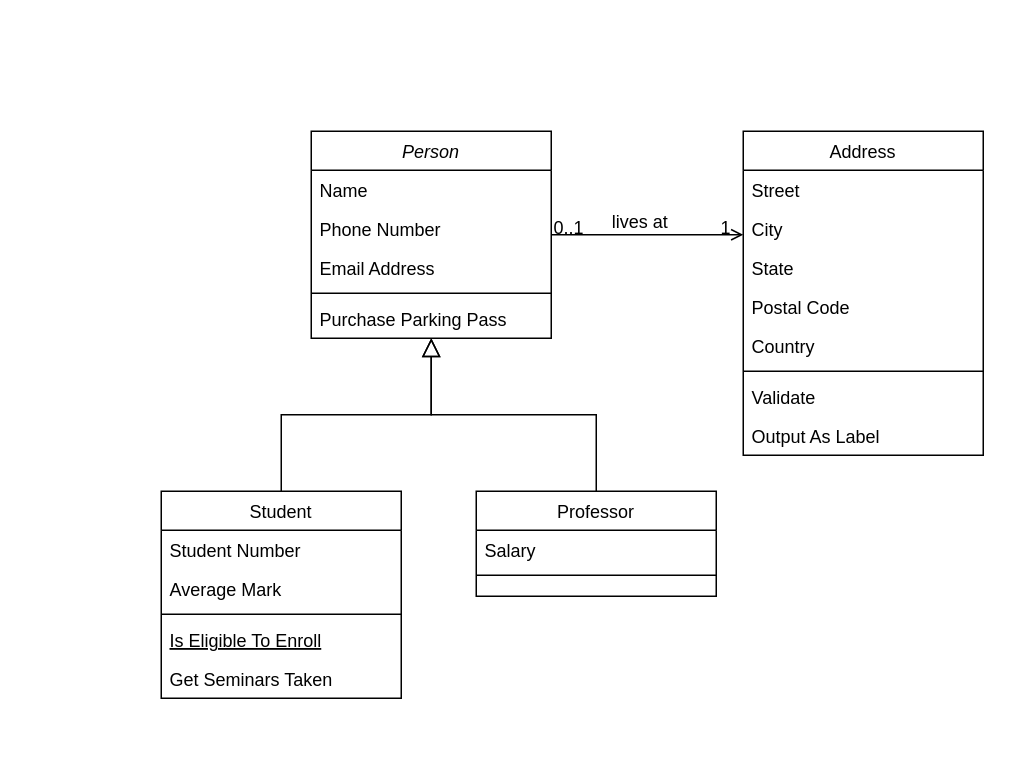
Above: drawio_files/test lucas 13.drawio in lucasdreger/diagrams (draw.io), before the change. Source tidied: cells renumbered, new cells numbered last; positions are measured from the earlier drawing's top-left corner, leaving out a move shared by most shapes. Both pictures are drawn from the tidied source at 150%, with x=0, y=0 at pixel (160, 130).
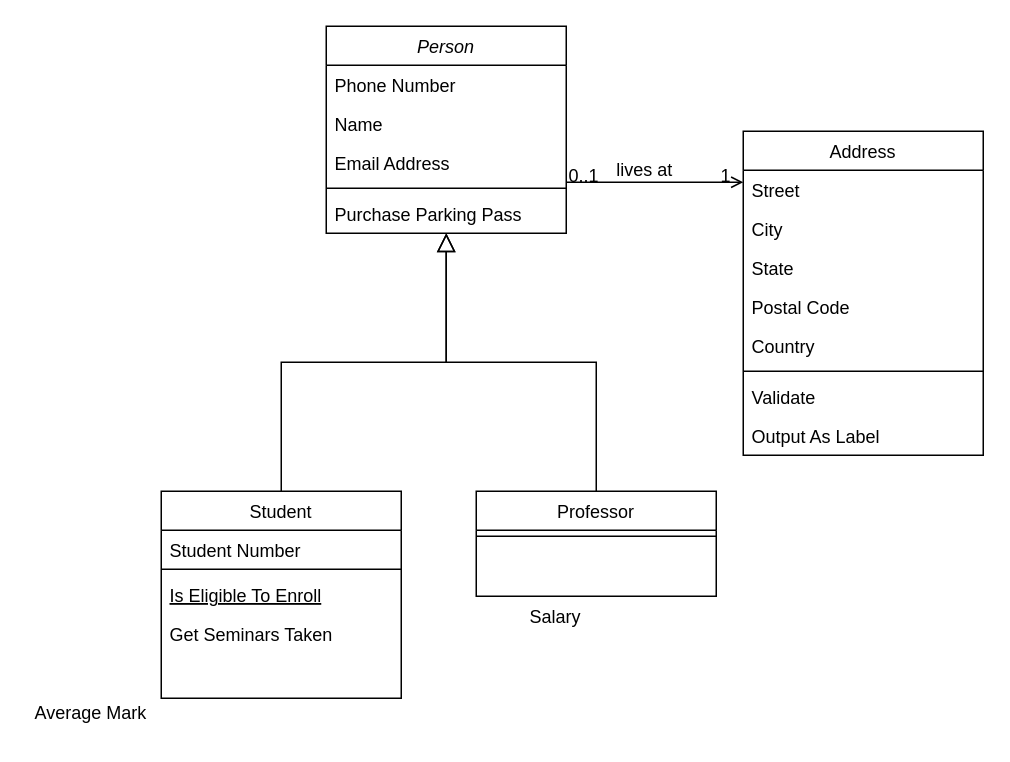
After the change.

The change refers to these unchanged cells:
```xml
<mxCell id="8" value="Student" style="swimlane;fontStyle=0;align=center;verticalAlign=top;horizontal=1;startSize=26;rounded=0;shadow=0;strokeWidth=1;" parent="1" vertex="1">
  <mxGeometry y="240" width="160" height="138" as="geometry" />
</mxCell>
<mxCell id="15" value="Professor" style="swimlane;fontStyle=0;align=center;verticalAlign=top;horizontal=1;startSize=26;rounded=0;shadow=0;strokeWidth=1;" parent="1" vertex="1">
  <mxGeometry x="210" y="240" width="160" height="70" as="geometry" />
</mxCell>
```

Change to the diagram source:
```diff
@@
     <mxCell id="2" value="Person" style="swimlane;fontStyle=2;align=center;verticalAlign=top;horizontal=1;startSize=26;rounded=0;shadow=0;strokeWidth=1;" parent="1" vertex="1">
-      <mxGeometry x="100" width="160" height="138" as="geometry" />
+      <mxGeometry x="110" y="-70" width="160" height="138" as="geometry" />
     </mxCell>
+    <mxCell id="4" value="Phone Number" style="text;align=left;verticalAlign=top;spacingLeft=4;spacingRight=4;overflow=hidden;rounded=0;shadow=0;html=0;" parent="2" vertex="1">
+      <mxGeometry y="26" width="160" height="26" as="geometry" />
+    </mxCell>
     <mxCell id="3" value="Name" style="text;align=left;verticalAlign=top;spacingLeft=4;spacingRight=4;overflow=hidden;" parent="2" vertex="1">
-      <mxGeometry y="26" width="160" height="26" as="geometry" />
+      <mxGeometry y="52" width="160" height="26" as="geometry" />
     </mxCell>
-    <mxCell id="4" value="Phone Number" style="text;align=left;verticalAlign=top;spacingLeft=4;spacingRight=4;overflow=hidden;rounded=0;shadow=0;html=0;" parent="2" vertex="1">
-      <mxGeometry y="52" width="160" height="26" as="geometry" />
-    </mxCell>
@@
     <mxCell id="9" value="Student Number" style="text;align=left;verticalAlign=top;spacingLeft=4;spacingRight=4;overflow=hidden;" parent="8" vertex="1">
-      <mxGeometry y="26" width="160" height="26" as="geometry" />
+      <mxGeometry y="26" width="160" height="22" as="geometry" />
     </mxCell>
-    <mxCell id="10" value="Average Mark" style="text;align=left;verticalAlign=top;spacingLeft=4;spacingRight=4;overflow=hidden;rounded=0;shadow=0;html=0;" parent="8" vertex="1">
-      <mxGeometry y="52" width="160" height="26" as="geometry" />
-    </mxCell>
     <mxCell id="11" style="line;html=1;strokeWidth=1;align=left;verticalAlign=middle;spacingTop=-1;spacingLeft=3;spacingRight=3;labelPosition=right;" parent="8" vertex="1">
-      <mxGeometry y="78" width="160" height="8" as="geometry" />
+      <mxGeometry y="48" width="160" height="8" as="geometry" />
     </mxCell>
     <mxCell id="12" value="Is Eligible To Enroll" style="text;align=left;verticalAlign=top;spacingLeft=4;spacingRight=4;overflow=hidden;fontStyle=4;" parent="8" vertex="1">
-      <mxGeometry y="86" width="160" height="26" as="geometry" />
+      <mxGeometry y="56" width="160" height="26" as="geometry" />
     </mxCell>
     <mxCell id="13" value="Get Seminars Taken" style="text;align=left;verticalAlign=top;spacingLeft=4;spacingRight=4;overflow=hidden;" parent="8" vertex="1">
-      <mxGeometry y="112" width="160" height="26" as="geometry" />
+      <mxGeometry y="82" width="160" height="26" as="geometry" />
     </mxCell>
@@
-    <mxCell id="16" value="Salary" style="text;align=left;verticalAlign=top;spacingLeft=4;spacingRight=4;overflow=hidden;" parent="15" vertex="1">
-      <mxGeometry y="26" width="160" height="26" as="geometry" />
-    </mxCell>
     <mxCell id="17" style="line;html=1;strokeWidth=1;align=left;verticalAlign=middle;spacingTop=-1;spacingLeft=3;spacingRight=3;labelPosition=right;" parent="15" vertex="1">
-      <mxGeometry y="52" width="160" height="8" as="geometry" />
+      <mxGeometry y="26" width="160" height="8" as="geometry" />
     </mxCell>
@@
+    <mxCell id="16" value="Salary" style="text;align=left;verticalAlign=top;spacingLeft=4;spacingRight=4;overflow=hidden;" parent="1" vertex="1">
+      <mxGeometry x="240" y="310" width="160" height="26" as="geometry" />
+    </mxCell>
+    <mxCell id="10" value="Average Mark" style="text;align=left;verticalAlign=top;spacingLeft=4;spacingRight=4;overflow=hidden;rounded=0;shadow=0;html=0;" parent="1" vertex="1">
+      <mxGeometry x="-90" y="374" width="160" height="26" as="geometry" />
+    </mxCell>
```
